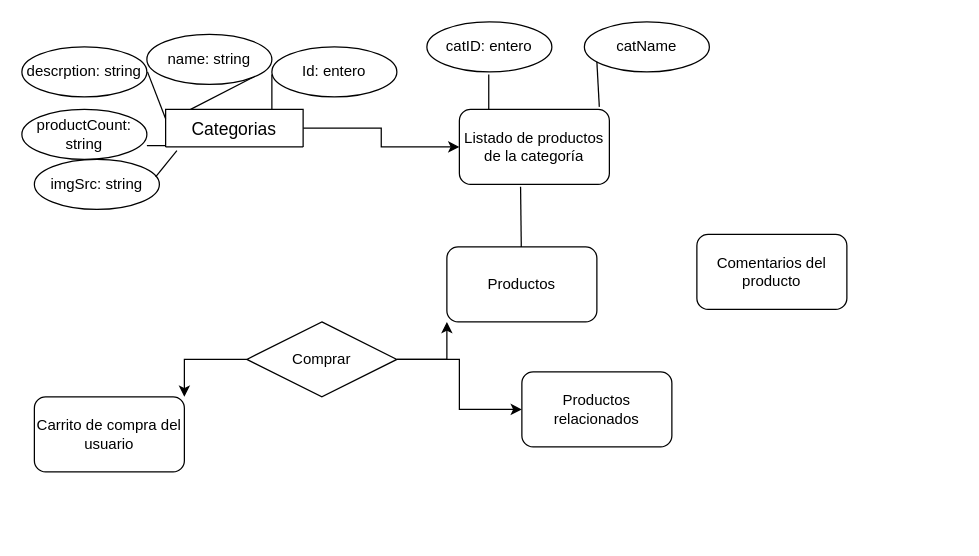
Before: Diagrama sin título.drawio in maglisg/e_commerce, a draw.io diagram. Source tidied: cells renumbered, new cells numbered last; positions are measured from the earlier drawing's top-left corner, leaving out a move shared by most shapes. Both pictures are drawn from the tidied source at 125%, with x=0, y=0 at pixel (21, 21).
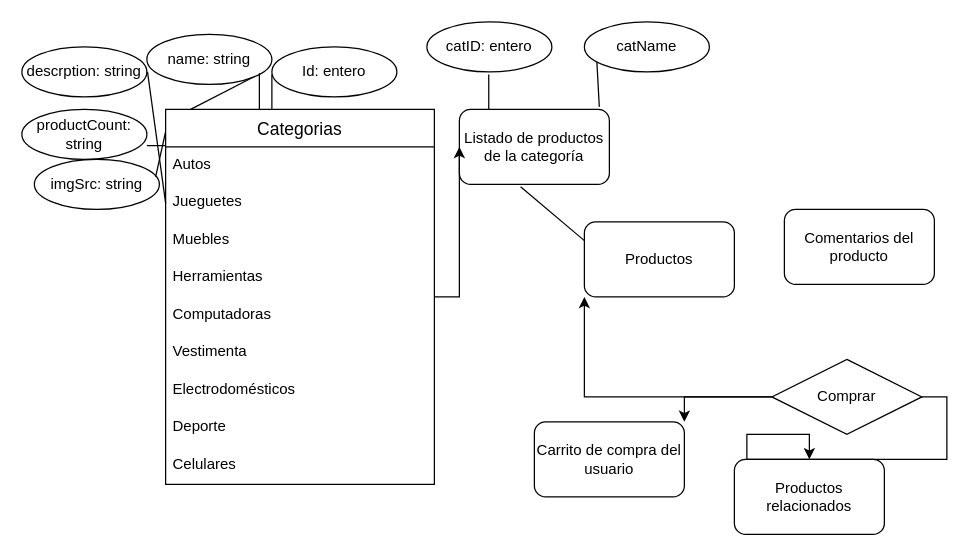
Above is the later version.

Commit message:
Actualizar Diagrama 1.drawio

The change refers to these unchanged cells:
```xml
<mxCell id="6" value="imgSrc: string" style="ellipse;whiteSpace=wrap;html=1;align=center;" parent="1" vertex="1">
  <mxGeometry x="10" y="110" width="100" height="40" as="geometry" />
</mxCell>
<mxCell id="9" value="Listado de productos de la categoría" style="rounded=1;whiteSpace=wrap;html=1;" parent="1" vertex="1">
  <mxGeometry x="350" y="70" width="120" height="60" as="geometry" />
</mxCell>
```

Diff of the diagram source:
```diff
@@
-    <mxCell id="8" style="endArrow=none;html=1;rounded=0;entryX=0.082;entryY=1.1;entryDx=0;entryDy=0;entryPerimeter=0;exitX=0.97;exitY=0.35;exitDx=0;exitDy=0;exitPerimeter=0;" parent="1" edge="1" source="6" target="17">
+    <mxCell id="8" style="endArrow=none;html=1;rounded=0;entryX=0.005;entryY=0.043;entryDx=0;entryDy=0;entryPerimeter=0;exitX=0.97;exitY=0.35;exitDx=0;exitDy=0;exitPerimeter=0;" parent="1" edge="1" source="6" target="17">
       <mxGeometry relative="1" as="geometry" />
     </mxCell>
@@
-    <mxCell id="10" style="endArrow=none;html=1;rounded=0;entryX=0.408;entryY=1.033;entryDx=0;entryDy=0;entryPerimeter=0;" parent="1" edge="1" target="9">
-      <mxGeometry relative="1" as="geometry">
-        <mxPoint x="400" y="220" as="sourcePoint" />
-      </mxGeometry>
+    <mxCell id="10" style="endArrow=none;html=1;rounded=0;entryX=0.408;entryY=1.033;entryDx=0;entryDy=0;entryPerimeter=0;exitX=0;exitY=0.25;exitDx=0;exitDy=0;" parent="1" edge="1" source="11" target="9">
+      <mxGeometry relative="1" as="geometry" />
     </mxCell>
     <mxCell id="11" value="Productos" style="rounded=1;whiteSpace=wrap;html=1;" parent="1" vertex="1">
-      <mxGeometry x="340" y="180" width="120" height="60" as="geometry" />
+      <mxGeometry x="450" y="160" width="120" height="60" as="geometry" />
     </mxCell>
     <mxCell id="12" value="Comentarios del producto" style="rounded=1;whiteSpace=wrap;html=1;" parent="1" vertex="1">
-      <mxGeometry x="540" y="170" width="120" height="60" as="geometry" />
+      <mxGeometry x="610" y="150" width="120" height="60" as="geometry" />
     </mxCell>
     <mxCell id="13" value="Carrito de compra del usuario" style="rounded=1;whiteSpace=wrap;html=1;" parent="1" vertex="1">
-      <mxGeometry x="10" y="300" width="120" height="60" as="geometry" />
+      <mxGeometry x="410" y="320" width="120" height="60" as="geometry" />
     </mxCell>
@@
-    <mxCell id="17" value="Categorias" style="swimlane;fontStyle=0;horizontal=1;startSize=30;align=center;fontSize=14;" parent="1" vertex="1" collapsed="1">
-      <mxGeometry x="115" y="70" width="110" height="30" as="geometry" />
+    <mxCell id="17" value="Categorias" style="swimlane;fontStyle=0;horizontal=1;startSize=30;align=center;fontSize=14;" parent="1" vertex="1">
+      <mxGeometry x="115" y="70" width="215" height="300" as="geometry" />
     </mxCell>
+    <mxCell id="28" value="Autos" style="text;strokeColor=none;fillColor=none;spacingLeft=4;spacingRight=4;overflow=hidden;fontSize=12;" parent="17" vertex="1">
+      <mxGeometry y="30" width="215" height="30" as="geometry" />
+    </mxCell>
+    <mxCell id="29" value="Jueguetes" style="text;strokeColor=none;fillColor=none;spacingLeft=4;spacingRight=4;overflow=hidden;fontSize=12;" parent="17" vertex="1">
+      <mxGeometry y="60" width="215" height="30" as="geometry" />
+    </mxCell>
+    <mxCell id="30" value="Muebles" style="text;strokeColor=none;fillColor=none;spacingLeft=4;spacingRight=4;overflow=hidden;fontSize=12;" parent="17" vertex="1">
+      <mxGeometry y="90" width="215" height="30" as="geometry" />
+    </mxCell>
+    <mxCell id="31" value="Herramientas" style="text;strokeColor=none;fillColor=none;spacingLeft=4;spacingRight=4;overflow=hidden;fontSize=12;" parent="17" vertex="1">
+      <mxGeometry y="120" width="215" height="30" as="geometry" />
+    </mxCell>
+    <mxCell id="32" value="Computadoras" style="text;strokeColor=none;fillColor=none;spacingLeft=4;spacingRight=4;overflow=hidden;fontSize=12;" parent="17" vertex="1">
+      <mxGeometry y="150" width="215" height="30" as="geometry" />
+    </mxCell>
+    <mxCell id="33" value="Vestimenta" style="text;strokeColor=none;fillColor=none;spacingLeft=4;spacingRight=4;overflow=hidden;fontSize=12;" parent="17" vertex="1">
+      <mxGeometry y="180" width="215" height="30" as="geometry" />
+    </mxCell>
+    <mxCell id="34" value="Electrodomésticos" style="text;strokeColor=none;fillColor=none;spacingLeft=4;spacingRight=4;overflow=hidden;fontSize=12;" parent="17" vertex="1">
+      <mxGeometry y="210" width="215" height="30" as="geometry" />
+    </mxCell>
+    <mxCell id="35" value="Deporte" style="text;strokeColor=none;fillColor=none;spacingLeft=4;spacingRight=4;overflow=hidden;fontSize=12;" parent="17" vertex="1">
+      <mxGeometry y="240" width="215" height="30" as="geometry" />
+    </mxCell>
+    <mxCell id="36" value="Celulares" style="text;strokeColor=none;fillColor=none;spacingLeft=4;spacingRight=4;overflow=hidden;fontSize=12;" parent="17" vertex="1">
+      <mxGeometry y="270" width="215" height="30" as="geometry" />
+    </mxCell>
+    <mxCell id="37" style="endArrow=none;html=1;rounded=0;entryX=0.408;entryY=1.033;entryDx=0;entryDy=0;entryPerimeter=0;" parent="17" edge="1">
+      <mxGeometry relative="1" as="geometry">
+        <mxPoint x="75" as="sourcePoint" />
+        <mxPoint x="75" y="-29" as="targetPoint" />
+      </mxGeometry>
+    </mxCell>
@@
     <mxCell id="23" value="Comprar" style="shape=rhombus;perimeter=rhombusPerimeter;whiteSpace=wrap;html=1;align=center;" parent="1" vertex="1">
-      <mxGeometry x="180" y="240" width="120" height="60" as="geometry" />
+      <mxGeometry x="600" y="270" width="120" height="60" as="geometry" />
     </mxCell>
     <mxCell id="24" value="Productos relacionados" style="rounded=1;whiteSpace=wrap;html=1;" parent="1" vertex="1">
-      <mxGeometry x="400" y="280" width="120" height="60" as="geometry" />
+      <mxGeometry x="570" y="350" width="120" height="60" as="geometry" />
     </mxCell>
```
